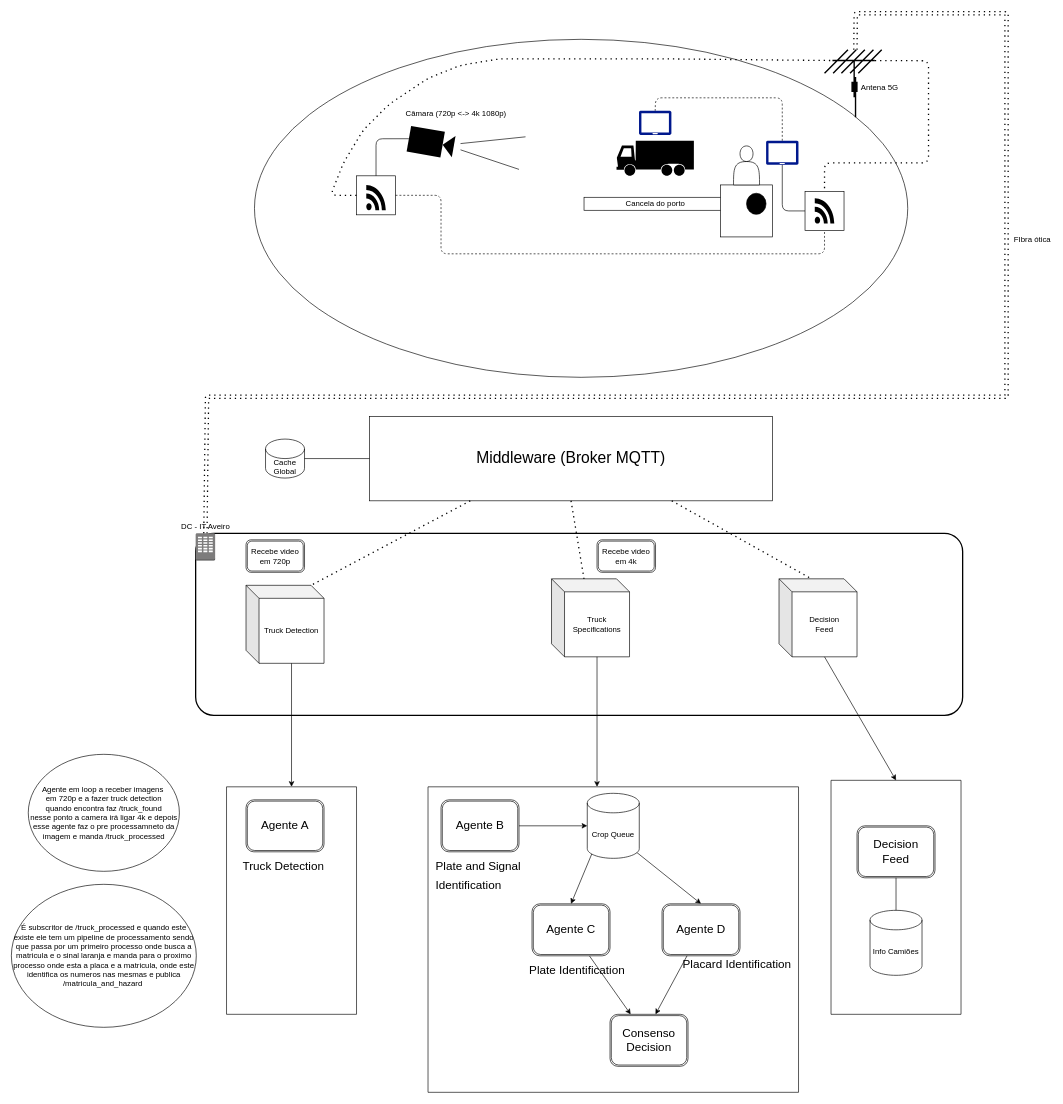
Before: arquitetura_v3.drawio in PEI-HAZARDS/IntelligentLogistics, a draw.io diagram. Source tidied: cells renumbered, new cells numbered last; positions are measured from the earlier drawing's top-left corner, leaving out a move shared by most shapes. Both pictures are drawn from the tidied source at 65%, with x=0, y=0 at pixel (11, 13).
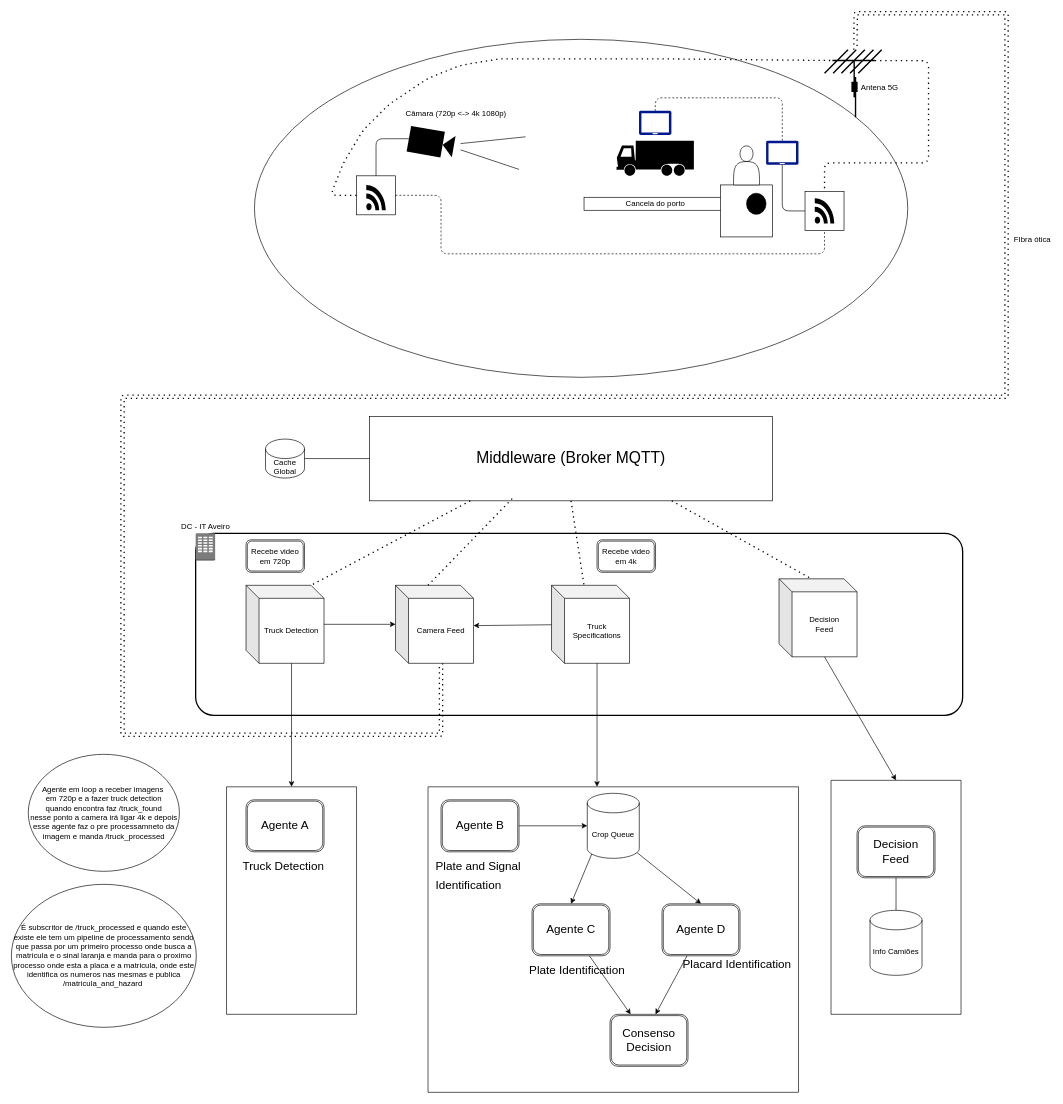
The same page after the edit.

Unchanged cells that the change refers to:
```xml
<mxCell id="7" style="shape=mxgraph.cisco.wireless.antenna;html=1;dashed=0;fillColor=#036897;strokeColor=#ffffff;strokeWidth=2;verticalLabelPosition=bottom;verticalAlign=top;align=center;outlineConnect=0;" parent="1" vertex="1">
  <mxGeometry x="1251" y="56" width="88" height="104" as="geometry" />
</mxCell>
<mxCell id="23" style="dashed=0;html=1;shape=mxgraph.aws3.corporate_data_center;fillColor=#7D7C7C;gradientColor=none;dashed=0;" parent="1" vertex="1">
  <mxGeometry x="283.5" y="800" width="30" height="42" as="geometry" />
</mxCell>
<mxCell id="26" value="Truck Detection" style="shape=cube;whiteSpace=wrap;html=1;boundedLbl=1;backgroundOutline=1;darkOpacity=0.05;darkOpacity2=0.1;" parent="1" vertex="1">
  <mxGeometry x="361" y="880" width="120" height="120" as="geometry" />
</mxCell>
<mxCell id="32" value="&lt;font style=&quot;font-size: 24px;&quot;&gt;Middleware (Broker MQTT)&lt;/font&gt;" style="rounded=0;whiteSpace=wrap;html=1;" parent="1" vertex="1">
  <mxGeometry x="551" y="620" width="620" height="130" as="geometry" />
</mxCell>
```

Change to the diagram source:
```diff
@@
+    <mxCell id="68" style="edgeStyle=none;html=1;" parent="1" edge="1" source="26" target="69">
+      <mxGeometry relative="1" as="geometry" />
+    </mxCell>
@@
     <mxCell id="27" value="Truck Specifications" style="shape=cube;whiteSpace=wrap;html=1;boundedLbl=1;backgroundOutline=1;darkOpacity=0.05;darkOpacity2=0.1;" parent="1" vertex="1">
-      <mxGeometry x="831" y="870" width="120" height="120" as="geometry" />
+      <mxGeometry x="831" y="880" width="120" height="120" as="geometry" />
     </mxCell>
@@
-    <mxCell id="36" style="endArrow=none;dashed=1;html=1;dashPattern=1 3;strokeWidth=2;entryX=0.54;entryY=0;entryDx=0;entryDy=0;entryPerimeter=0;shape=link;exitX=0.5;exitY=0;exitDx=0;exitDy=0;exitPerimeter=0;" parent="1" edge="1" source="23" target="7">
+    <mxCell id="36" style="endArrow=none;dashed=1;html=1;dashPattern=1 3;strokeWidth=2;entryX=0.54;entryY=0;entryDx=0;entryDy=0;entryPerimeter=0;shape=link;exitX=0;exitY=0;exitDx=70;exitDy=120;exitPerimeter=0;" parent="1" edge="1" source="69" target="7">
       <mxGeometry relative="1" as="geometry">
         <Array as="points">
-          <mxPoint x="301" y="590" />
+          <mxPoint x="661" y="1110" />
+          <mxPoint x="171" y="1110" />
+          <mxPoint x="171" y="590" />
           <mxPoint x="1531" y="590" />
           <mxPoint x="1531" />
           <mxPoint x="1299" />
         </Array>
       </mxGeometry>
     </mxCell>
@@
+    <mxCell id="69" value="Camera Feed" style="shape=cube;whiteSpace=wrap;html=1;boundedLbl=1;backgroundOutline=1;darkOpacity=0.05;darkOpacity2=0.1;" parent="1" vertex="1">
+      <mxGeometry x="591" y="880" width="120" height="120" as="geometry" />
+    </mxCell>
+    <mxCell id="70" style="edgeStyle=none;html=1;" parent="1" edge="1" source="27">
+      <mxGeometry relative="1" as="geometry">
+        <mxPoint x="711" y="942" as="targetPoint" />
+      </mxGeometry>
+    </mxCell>
+    <mxCell id="71" style="endArrow=none;dashed=1;html=1;dashPattern=1 3;strokeWidth=2;exitX=0.354;exitY=0.974;exitDx=0;exitDy=0;entryX=0;entryY=0;entryDx=50;entryDy=0;entryPerimeter=0;exitPerimeter=0;" parent="1" edge="1" source="32" target="69">
+      <mxGeometry relative="1" as="geometry" />
+    </mxCell>
```
